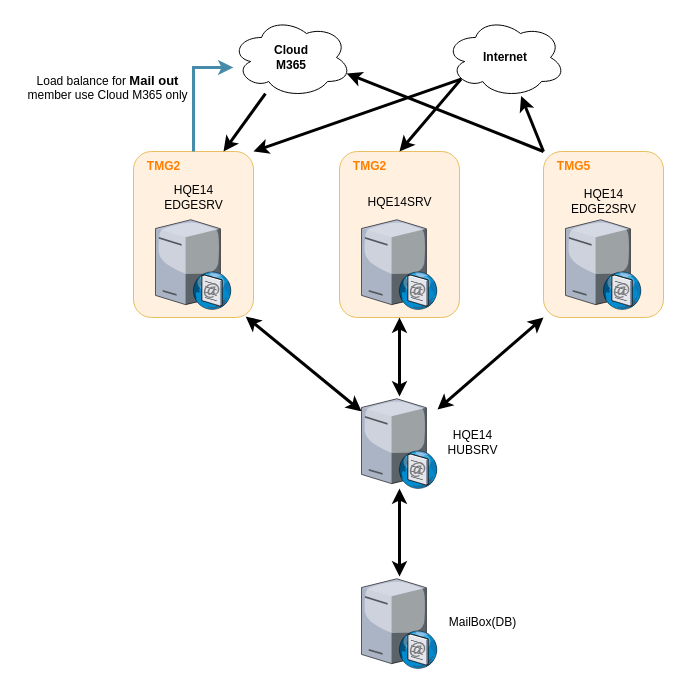
The draw.io diagram HQ mail system.drawio in KevinKuo2519/AI-Prpgram, before the edit. Source tidied: cells renumbered, new cells numbered last; positions are measured from the earlier drawing's top-left corner, leaving out a move shared by most shapes. Both pictures are drawn from the tidied source at 100%, with x=0, y=0 at pixel (17, 17).
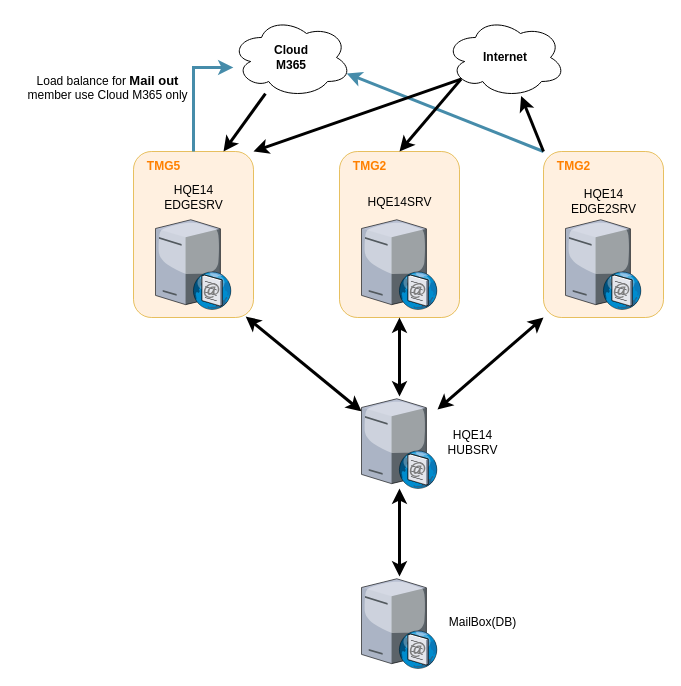
The same diagram, later.

Unchanged cells that the change refers to:
```xml
<mxCell id="2" style="rounded=1;whiteSpace=wrap;html=1;strokeColor=#d79b00;fillColor=#ffe6cc;fontSize=24;align=center;opacity=60;" parent="1" vertex="1">
  <mxGeometry x="526" y="134" width="120" height="166" as="geometry" />
</mxCell>
<mxCell id="18" value="&lt;b&gt;Cloud&lt;br&gt;M365&lt;br&gt;&lt;/b&gt;" style="ellipse;shape=cloud;whiteSpace=wrap;html=1;" parent="1" vertex="1">
  <mxGeometry x="214" width="120" height="80" as="geometry" />
</mxCell>
```

Change to the diagram source:
```diff
@@
-    <mxCell id="12" style="rounded=0;jettySize=auto;html=1;entryX=0.96;entryY=0.7;entryDx=0;entryDy=0;entryPerimeter=0;strokeWidth=3;exitX=0;exitY=0;exitDx=0;exitDy=0;" parent="1" edge="1" source="2" target="18">
+    <mxCell id="12" style="rounded=0;jettySize=auto;html=1;entryX=0.96;entryY=0.7;entryDx=0;entryDy=0;entryPerimeter=0;strokeWidth=3;exitX=0;exitY=0;exitDx=0;exitDy=0;strokeColor=#468CAA;" parent="1" edge="1" source="2" target="18">
       <mxGeometry relative="1" as="geometry" />
     </mxCell>
@@
-    <mxCell id="23" value="&lt;b&gt;&lt;font color=&quot;#ff8000&quot;&gt;TMG2&lt;/font&gt;&lt;/b&gt;" style="text;html=1;align=center;verticalAlign=middle;strokeColor=none;fillColor=none;" parent="1" vertex="1">
+    <mxCell id="23" value="&lt;b&gt;&lt;font color=&quot;#ff8000&quot;&gt;TMG5&lt;/font&gt;&lt;/b&gt;" style="text;html=1;align=center;verticalAlign=middle;strokeColor=none;fillColor=none;" parent="1" vertex="1">
       <mxGeometry x="116" y="134" width="60" height="30" as="geometry" />
     </mxCell>
@@
-    <mxCell id="28" value="&lt;b&gt;&lt;font color=&quot;#ff8000&quot;&gt;TMG5&lt;/font&gt;&lt;/b&gt;" style="text;html=1;align=center;verticalAlign=middle;strokeColor=none;fillColor=none;" parent="1" vertex="1">
+    <mxCell id="28" value="&lt;b&gt;&lt;font color=&quot;#ff8000&quot;&gt;TMG2&lt;/font&gt;&lt;/b&gt;" style="text;html=1;align=center;verticalAlign=middle;strokeColor=none;fillColor=none;" parent="1" vertex="1">
       <mxGeometry x="526" y="134" width="60" height="30" as="geometry" />
     </mxCell>
```
